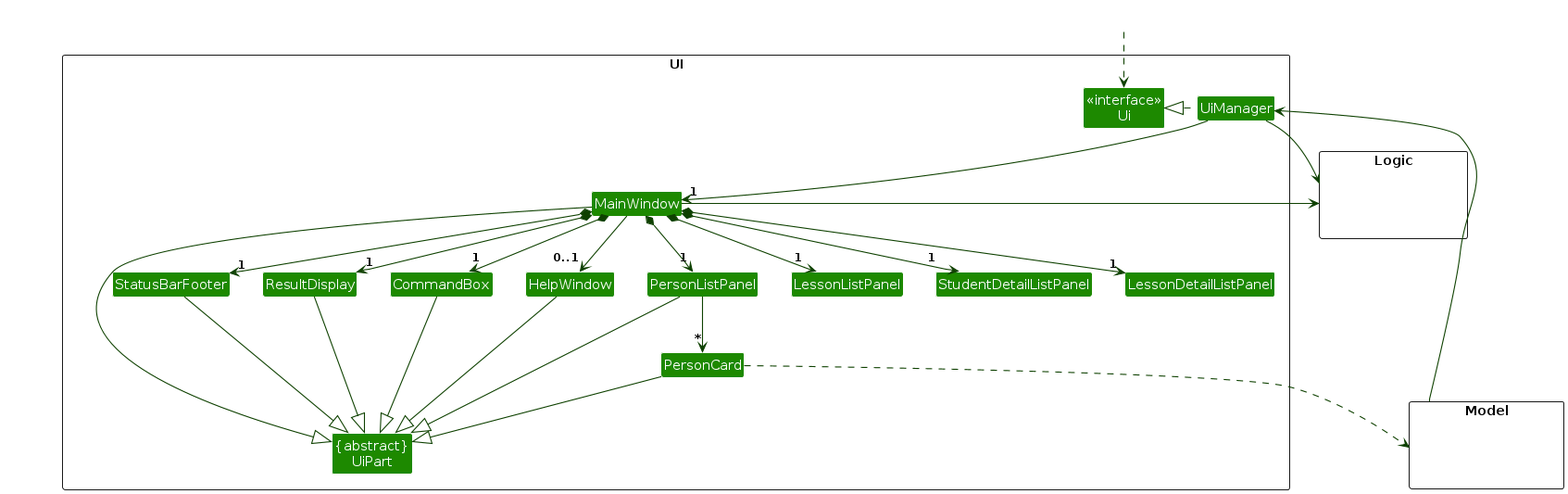
Before: diagrams/UiClassDiagram.png, a diagram exported from PlantUML (AY2324S1-CS2103T-T11-3/tp). Its source is kept beside it as diagrams/UiClassDiagram.puml. Its diagram source:
```plantuml
@startuml
!include style.puml
skinparam arrowThickness 1.1
skinparam arrowColor UI_COLOR_T4
skinparam classBackgroundColor UI_COLOR

package UI <<Rectangle>>{
Class "<<interface>>\nUi" as Ui
Class "{abstract}\nUiPart" as UiPart
Class UiManager
Class MainWindow
Class HelpWindow
Class ResultDisplay
Class PersonListPanel
Class LessonListPanel
Class StudentDetailListPanel
Class LessonDetailListPanel
Class PersonCard
Class StatusBarFooter
Class CommandBox
}

package Model <<Rectangle>> {
Class HiddenModel #FFFFFF
}

package Logic <<Rectangle>> {
Class HiddenLogic #FFFFFF
}

Class HiddenOutside #FFFFFF
HiddenOutside ..> Ui

UiManager .left.|> Ui
UiManager -down-> "1" MainWindow
MainWindow *-down->  "1" CommandBox
MainWindow *-down-> "1" ResultDisplay
MainWindow *-down-> "1" PersonListPanel
MainWindow *-down-> "1" LessonListPanel
MainWindow *-down-> "1" StudentDetailListPanel
MainWindow *-down-> "1" LessonDetailListPanel
MainWindow *-down-> "1" StatusBarFooter
MainWindow --> "0..1" HelpWindow

PersonListPanel -down-> "*" PersonCard

MainWindow -left-|> UiPart

ResultDisplay --|> UiPart
CommandBox --|> UiPart
PersonListPanel --|> UiPart
PersonCard --|> UiPart
StatusBarFooter --|> UiPart
HelpWindow --|> UiPart

PersonCard ..> Model
UiManager -right-> Logic
MainWindow -left-> Logic
Model -> UiManager

PersonListPanel -[hidden]left- HelpWindow
HelpWindow -[hidden]left- CommandBox
CommandBox -[hidden]left- ResultDisplay
ResultDisplay -[hidden]left- StatusBarFooter

MainWindow -[hidden]-|> UiPart
@enduml
```
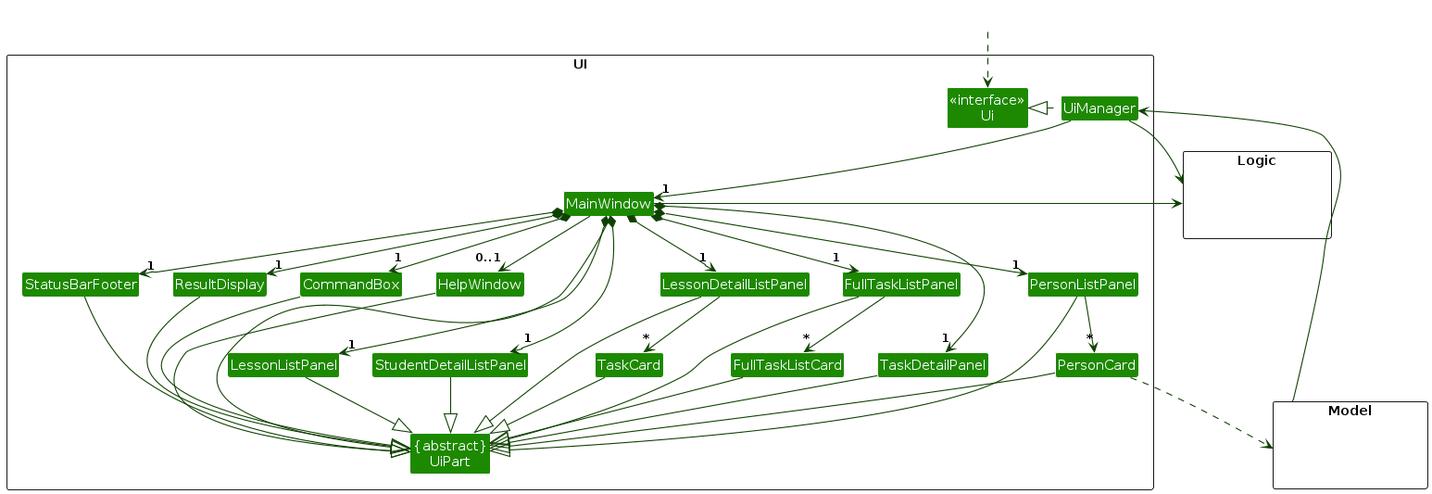
Above is the later version.

What changed in the source:
```diff
@@ -18,6 +18,10 @@
 Class PersonCard
 Class StatusBarFooter
 Class CommandBox
+Class FullTaskListCard
+Class FullTaskListPanel
+Class TaskDetailPanel
+Class TaskCard
 }
 
 package Model <<Rectangle>> {
@@ -39,10 +43,14 @@
 MainWindow *-down-> "1" LessonListPanel
 MainWindow *-down-> "1" StudentDetailListPanel
 MainWindow *-down-> "1" LessonDetailListPanel
+MainWindow *-down-> "1" FullTaskListPanel
+MainWindow *-down-> "1" TaskDetailPanel
 MainWindow *-down-> "1" StatusBarFooter
 MainWindow --> "0..1" HelpWindow
 
 PersonListPanel -down-> "*" PersonCard
+FullTaskListPanel -down-> "*" FullTaskListCard
+LessonDetailListPanel -down-> "*" TaskCard
 
 MainWindow -left-|> UiPart
 
@@ -52,6 +60,14 @@
 PersonCard --|> UiPart
 StatusBarFooter --|> UiPart
 HelpWindow --|> UiPart
+
+LessonListPanel --|> UiPart
+StudentDetailListPanel --|> UiPart
+LessonDetailListPanel --|> UiPart
+FullTaskListPanel --|> UiPart
+TaskDetailPanel --|> UiPart
+FullTaskListCard --|> UiPart
+TaskCard --|> UiPart
 
 PersonCard ..> Model
 UiManager -right-> Logic
```
